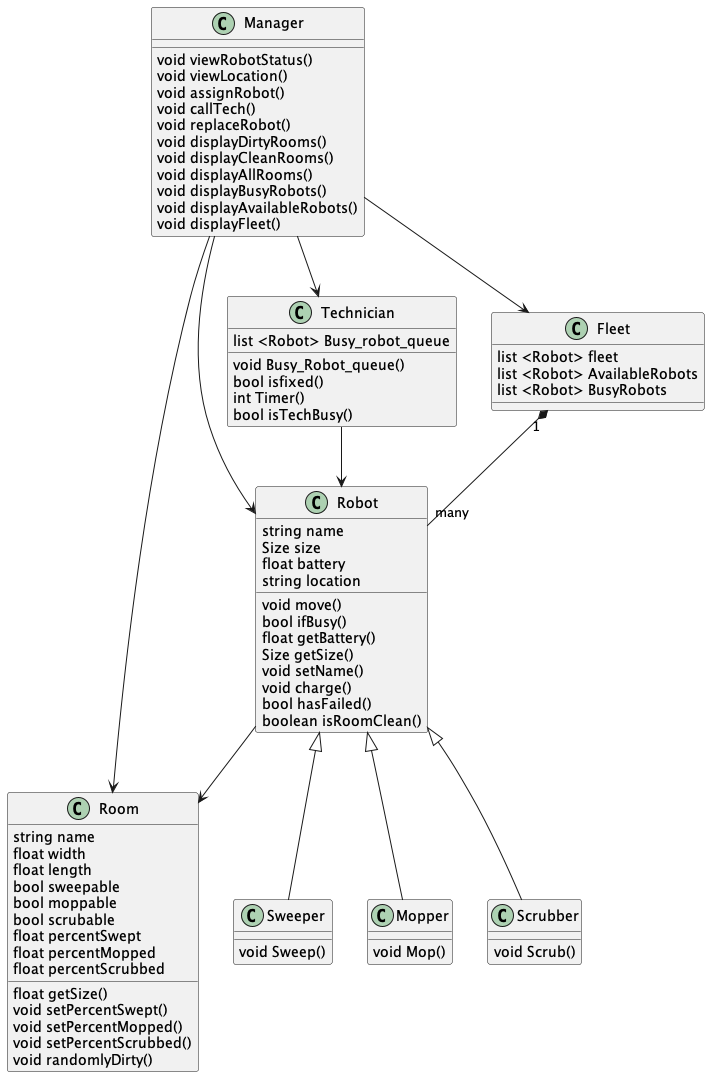
Before: docs/design/classdiagram/ClassDiagram.png, a diagram exported from PlantUML (ur-cs-courses/course-project-catch-up).
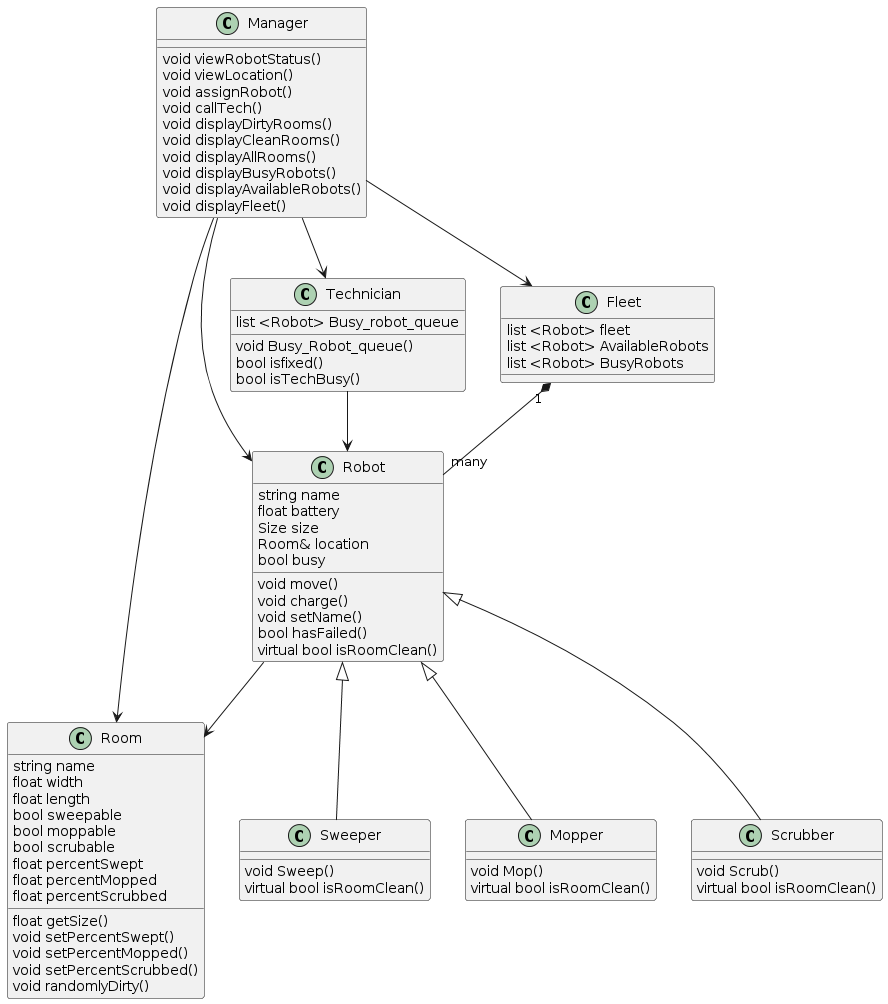
The same file after the commit.

Commit message:
Sprint review docs for the week & edited diagrams

What changed in the source:
```diff
@@ -19,7 +19,6 @@
 Manager : void viewLocation()
 Manager : void assignRobot()
 Manager : void callTech()
-Manager : void replaceRobot()
 Manager : void displayDirtyRooms()
 Manager : void displayCleanRooms()
 Manager : void displayAllRooms()
@@ -47,18 +46,16 @@
 
 class Robot{
 string name
+float battery
 Size size
-float battery
-string location
+Room& location
+bool busy
 
 void move()
-bool ifBusy()
-float getBattery()
-Size getSize()
+void charge()
 void setName()
-void charge()
 bool hasFailed()
-boolean isRoomClean()
+virtual bool isRoomClean()
 }
 
 class Fleet{
@@ -71,7 +68,6 @@
 class Technician{
     void Busy_Robot_queue()
     bool isfixed()
-    int Timer()
     bool isTechBusy()
     list <Robot> Busy_robot_queue
 
@@ -79,14 +75,17 @@
 
 class Sweeper{
     void Sweep()
+    virtual bool isRoomClean()
 }
 
 class Scrubber{
     void Scrub()
+    virtual bool isRoomClean()
 }
 
 class Mopper{
     void Mop()
+    virtual bool isRoomClean()
 }
 
 @enduml
```
